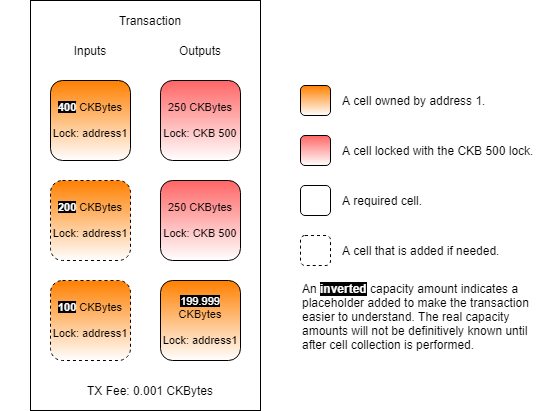
Earlier version of the draw.io export .gitbook/assets/create-transaction-structure.png (jordanmack/developer-training-course-documentation). Source tidied: cells renumbered, new cells last; positions are measured from the earlier drawing's top-left corner, leaving out a move shared by most shapes.
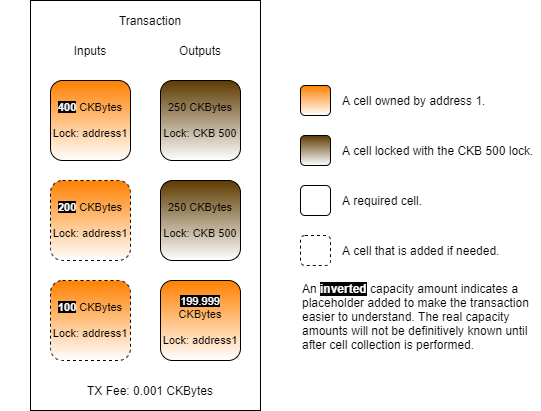
After the change.

Commit message:
GitBook: [master] 27 pages and one asset modified

Change to the diagram source:
```diff
@@ -17,19 +17,19 @@
     <mxCell id="6" value="TX Fee: 0.001 CKBytes" style="text;html=1;strokeColor=none;fillColor=none;align=center;verticalAlign=middle;whiteSpace=wrap;rounded=0;" parent="1" vertex="1">
       <mxGeometry x="50" y="380" width="200" height="20" as="geometry" />
     </mxCell>
-    <mxCell id="7" value="250 CKBytes&lt;br&gt;&lt;br&gt;Lock: CKB 500" style="rounded=1;whiteSpace=wrap;html=1;fontSize=11;gradientColor=#ffffff;fillColor=#FF6666;" parent="1" vertex="1">
+    <mxCell id="7" value="250 CKBytes&lt;br&gt;&lt;br&gt;Lock: CKB 500" style="rounded=1;whiteSpace=wrap;html=1;fontSize=11;gradientColor=#ffffff;fillColor=#5D3A00;" parent="1" vertex="1">
       <mxGeometry x="160" y="80" width="80" height="80" as="geometry" />
     </mxCell>
     <mxCell id="8" value="&lt;b&gt;&lt;font style=&quot;background-color: rgb(0 , 0 , 0)&quot; color=&quot;#ffffff&quot;&gt;400&lt;/font&gt;&lt;/b&gt;&amp;nbsp;CKBytes&lt;br&gt;&lt;br&gt;Lock: address1" style="rounded=1;whiteSpace=wrap;html=1;fontSize=11;gradientColor=#ffffff;fillColor=#FF8000;" parent="1" vertex="1">
       <mxGeometry x="50" y="80" width="80" height="80" as="geometry" />
     </mxCell>
-    <mxCell id="9" value="250 CKBytes&lt;br&gt;&lt;br&gt;Lock: CKB 500" style="rounded=1;whiteSpace=wrap;html=1;fontSize=11;gradientColor=#ffffff;fillColor=#FF6666;" parent="1" vertex="1">
+    <mxCell id="9" value="250 CKBytes&lt;br&gt;&lt;br&gt;Lock: CKB 500" style="rounded=1;whiteSpace=wrap;html=1;fontSize=11;gradientColor=#ffffff;fillColor=#5D3A00;" parent="1" vertex="1">
       <mxGeometry x="160" y="180" width="80" height="80" as="geometry" />
     </mxCell>
     <mxCell id="10" value="&lt;font color=&quot;#ffffff&quot; style=&quot;background-color: rgb(0 , 0 , 0)&quot;&gt;199.999&lt;/font&gt; CKBytes&lt;br&gt;&lt;br&gt;Lock: address1" style="rounded=1;whiteSpace=wrap;html=1;fontSize=11;gradientColor=#ffffff;fillColor=#FF8000;" parent="1" vertex="1">
       <mxGeometry x="160" y="280" width="80" height="80" as="geometry" />
     </mxCell>
-    <mxCell id="11" style="rounded=1;whiteSpace=wrap;html=1;fillColor=#FF6666;gradientColor=#ffffff;" parent="1" vertex="1">
+    <mxCell id="11" style="rounded=1;whiteSpace=wrap;html=1;gradientColor=#ffffff;fillColor=#5D3A00;" parent="1" vertex="1">
       <mxGeometry x="300" y="135" width="30" height="30" as="geometry" />
     </mxCell>
     <mxCell id="12" style="rounded=1;whiteSpace=wrap;html=1;gradientColor=#ffffff;fillColor=#FF8000;" parent="1" vertex="1">
```
